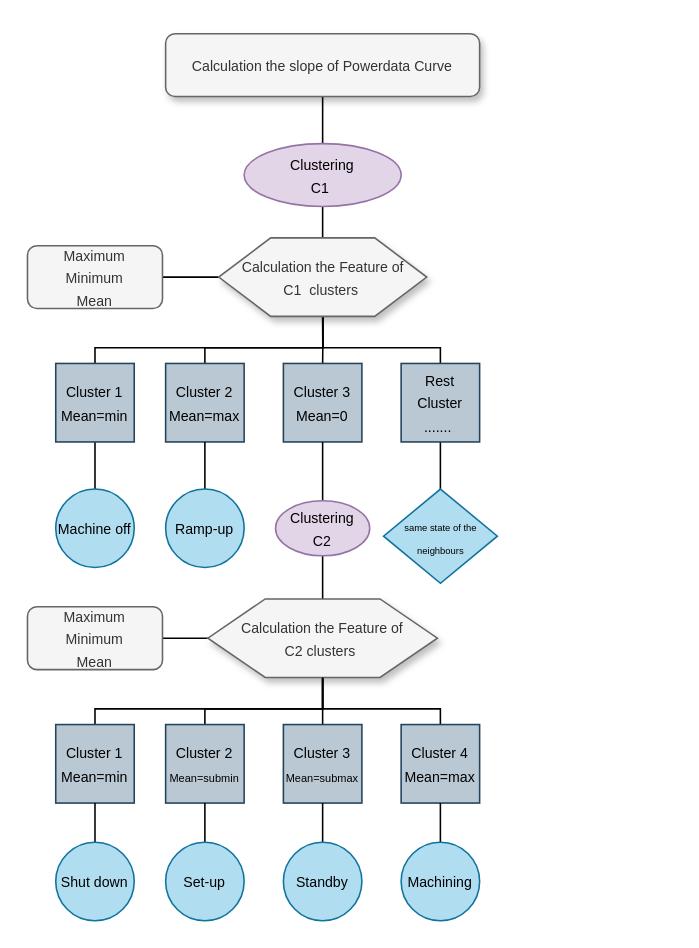
This is method-calender.drawio from nimeng95/monika, a draw.io file, before an edit. Source tidied: cells renumbered, new cells numbered last; positions are measured from the earlier drawing's top-left corner, leaving out a move shared by most shapes. Both pictures are drawn from the tidied source at 157%, with x=0, y=0 at pixel (27, 33).
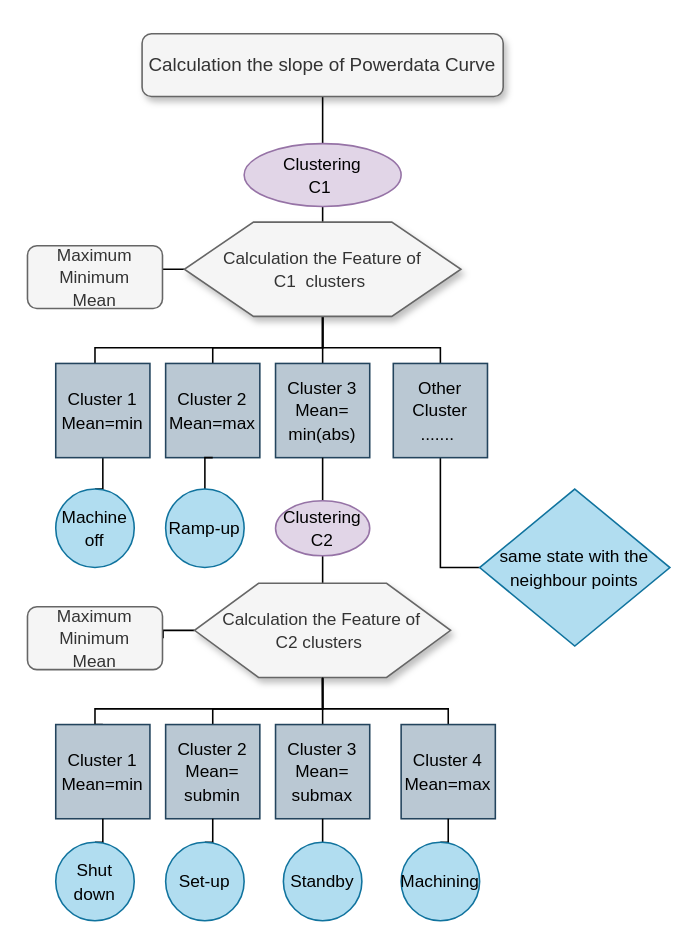
After the change.

The edit, as a diff of the source:
```diff
@@
-    <mxCell id="3" value="&lt;font style=&quot;font-size: 9px&quot;&gt;Calculation the slope of Powerdata Curve&lt;/font&gt;" style="rounded=1;whiteSpace=wrap;html=1;fillColor=#f5f5f5;strokeColor=#666666;fontColor=#333333;shadow=1;" parent="1" vertex="1">
-      <mxGeometry x="88" width="200" height="40" as="geometry" />
+    <mxCell id="3" value="&lt;font style=&quot;font-size: 12px&quot;&gt;Calculation the slope of Powerdata Curve&lt;/font&gt;" style="rounded=1;whiteSpace=wrap;html=1;fillColor=#f5f5f5;strokeColor=#666666;fontColor=#333333;shadow=1;" parent="1" vertex="1">
+      <mxGeometry x="73" width="230" height="40" as="geometry" />
     </mxCell>
@@
-    <mxCell id="5" value="&lt;font style=&quot;font-size: 9px&quot;&gt;Clustering&lt;br&gt;C1&amp;nbsp;&lt;/font&gt;" style="ellipse;whiteSpace=wrap;html=1;fillColor=#e1d5e7;strokeColor=#9673a6;shadow=0;" parent="1" vertex="1">
+    <mxCell id="5" value="&lt;font style=&quot;font-size: 11px&quot;&gt;Clustering&lt;br&gt;C1&amp;nbsp;&lt;/font&gt;" style="ellipse;whiteSpace=wrap;html=1;fillColor=#e1d5e7;strokeColor=#9673a6;shadow=0;" parent="1" vertex="1">
       <mxGeometry x="138" y="70" width="100" height="40" as="geometry" />
     </mxCell>
@@
-    <mxCell id="11" value="&lt;font style=&quot;font-size: 9px&quot;&gt;Calculation the Feature of &lt;br&gt;C1 &amp;nbsp;clusters&amp;nbsp;&lt;/font&gt;" style="shape=hexagon;perimeter=hexagonPerimeter2;whiteSpace=wrap;html=1;fillColor=#f5f5f5;strokeColor=#666666;fontColor=#333333;shadow=1;" parent="1" vertex="1">
-      <mxGeometry x="121.8" y="130" width="132.5" height="50" as="geometry" />
+    <mxCell id="11" value="&lt;font style=&quot;font-size: 11px&quot;&gt;Calculation the Feature of &lt;br&gt;C1 &amp;nbsp;clusters&amp;nbsp;&lt;/font&gt;" style="shape=hexagon;perimeter=hexagonPerimeter2;whiteSpace=wrap;html=1;fillColor=#f5f5f5;strokeColor=#666666;fontColor=#333333;shadow=1;" parent="1" vertex="1">
+      <mxGeometry x="99.9" y="120" width="176.2" height="60" as="geometry" />
     </mxCell>
-    <mxCell id="12" value="&lt;font style=&quot;font-size: 9px&quot;&gt;Maximum&lt;br&gt;Minimum&lt;br&gt;Mean&lt;/font&gt;" style="rounded=1;whiteSpace=wrap;html=1;shadow=0;fillColor=#f5f5f5;strokeColor=#666666;fontColor=#333333;" parent="1" vertex="1">
+    <mxCell id="12" value="&lt;font style=&quot;font-size: 11px&quot;&gt;Maximum&lt;br&gt;Minimum&lt;br&gt;Mean&lt;/font&gt;" style="rounded=1;whiteSpace=wrap;html=1;shadow=0;fillColor=#f5f5f5;strokeColor=#666666;fontColor=#333333;" parent="1" vertex="1">
       <mxGeometry y="135" width="86" height="40" as="geometry" />
     </mxCell>
@@
-    <mxCell id="14" value="&lt;font style=&quot;font-size: 9px&quot;&gt;Cluster 1&lt;br&gt;Mean=min&lt;br&gt;&lt;/font&gt;" style="whiteSpace=wrap;html=1;shadow=0;fillColor=#bac8d3;strokeColor=#23445d;" parent="1" vertex="1">
-      <mxGeometry x="18" y="210" width="50" height="50" as="geometry" />
+    <mxCell id="14" value="&lt;font style=&quot;font-size: 11px&quot;&gt;Cluster 1&lt;br&gt;Mean=min&lt;br&gt;&lt;/font&gt;" style="whiteSpace=wrap;html=1;shadow=0;fillColor=#bac8d3;strokeColor=#23445d;" parent="1" vertex="1">
+      <mxGeometry x="18" y="210" width="60" height="60" as="geometry" />
     </mxCell>
-    <mxCell id="15" value="&lt;font style=&quot;font-size: 9px&quot;&gt;Cluster 3&lt;br&gt;Mean=0&lt;br&gt;&lt;/font&gt;" style="whiteSpace=wrap;html=1;shadow=0;fillColor=#bac8d3;strokeColor=#23445d;" parent="1" vertex="1">
-      <mxGeometry x="163" y="210" width="50" height="50" as="geometry" />
+    <mxCell id="15" value="&lt;font style=&quot;font-size: 11px&quot;&gt;Cluster 3&lt;br&gt;Mean=&lt;br&gt;min(abs)&lt;br&gt;&lt;/font&gt;" style="whiteSpace=wrap;html=1;shadow=0;fillColor=#bac8d3;strokeColor=#23445d;" parent="1" vertex="1">
+      <mxGeometry x="158" y="210" width="60" height="60" as="geometry" />
     </mxCell>
-    <mxCell id="16" value="&lt;font style=&quot;font-size: 9px&quot;&gt;Cluster 2&lt;br&gt;Mean=max&lt;br&gt;&lt;/font&gt;" style="whiteSpace=wrap;html=1;shadow=0;fillColor=#bac8d3;strokeColor=#23445d;" parent="1" vertex="1">
-      <mxGeometry x="88" y="210" width="50" height="50" as="geometry" />
+    <mxCell id="16" value="&lt;font style=&quot;font-size: 11px&quot;&gt;Cluster 2&lt;br&gt;Mean=max&lt;br&gt;&lt;/font&gt;" style="whiteSpace=wrap;html=1;shadow=0;fillColor=#bac8d3;strokeColor=#23445d;" parent="1" vertex="1">
+      <mxGeometry x="88" y="210" width="60" height="60" as="geometry" />
     </mxCell>
-    <mxCell id="17" style="edgeStyle=orthogonalEdgeStyle;rounded=0;jettySize=auto;html=1;endArrow=none;endFill=0;" parent="1" edge="1" source="18">
-      <mxGeometry relative="1" as="geometry">
-        <mxPoint x="263" y="290" as="targetPoint" />
-      </mxGeometry>
+    <mxCell id="17" style="edgeStyle=orthogonalEdgeStyle;rounded=0;jettySize=auto;html=1;endArrow=none;endFill=0;entryX=0;entryY=0.5;entryDx=0;entryDy=0;" parent="1" edge="1" source="18" target="44">
+      <mxGeometry relative="1" as="geometry" />
     </mxCell>
-    <mxCell id="18" value="&lt;font style=&quot;font-size: 9px&quot;&gt;Rest Cluster&lt;br&gt;.......&amp;nbsp;&lt;/font&gt;" style="whiteSpace=wrap;html=1;shadow=0;fillColor=#bac8d3;strokeColor=#23445d;" parent="1" vertex="1">
-      <mxGeometry x="238" y="210" width="50" height="50" as="geometry" />
+    <mxCell id="18" value="&lt;font style=&quot;font-size: 11px&quot;&gt;Other Cluster&lt;br&gt;.......&amp;nbsp;&lt;/font&gt;" style="whiteSpace=wrap;html=1;shadow=0;fillColor=#bac8d3;strokeColor=#23445d;" parent="1" vertex="1">
+      <mxGeometry x="233" y="210" width="60" height="60" as="geometry" />
     </mxCell>
-    <mxCell id="19" value="&lt;font style=&quot;font-size: 9px&quot;&gt;Machine off&lt;/font&gt;" style="ellipse;whiteSpace=wrap;html=1;shadow=0;fillColor=#b1ddf0;strokeColor=#10739e;" parent="1" vertex="1">
+    <mxCell id="19" value="&lt;font style=&quot;font-size: 11px&quot;&gt;Machine off&lt;/font&gt;" style="ellipse;whiteSpace=wrap;html=1;shadow=0;fillColor=#b1ddf0;strokeColor=#10739e;" parent="1" vertex="1">
       <mxGeometry x="18" y="290" width="50" height="50" as="geometry" />
     </mxCell>
@@
-    <mxCell id="21" value="&lt;span style=&quot;font-size: 9px&quot;&gt;Ramp-up&lt;/span&gt;" style="ellipse;whiteSpace=wrap;html=1;shadow=0;fillColor=#b1ddf0;strokeColor=#10739e;" parent="1" vertex="1">
+    <mxCell id="21" value="&lt;font style=&quot;font-size: 11px&quot;&gt;Ramp-up&lt;/font&gt;" style="ellipse;whiteSpace=wrap;html=1;shadow=0;fillColor=#b1ddf0;strokeColor=#10739e;" parent="1" vertex="1">
       <mxGeometry x="88" y="290" width="50" height="50" as="geometry" />
     </mxCell>
@@
-    <mxCell id="24" value="&lt;font style=&quot;font-size: 9px&quot;&gt;Clustering&lt;br&gt;C2&lt;br&gt;&lt;/font&gt;" style="ellipse;whiteSpace=wrap;html=1;fillColor=#e1d5e7;strokeColor=#9673a6;shadow=0;" parent="1" vertex="1">
+    <mxCell id="24" value="&lt;font style=&quot;font-size: 11px&quot;&gt;Clustering&lt;br&gt;C2&lt;br&gt;&lt;/font&gt;" style="ellipse;whiteSpace=wrap;html=1;fillColor=#e1d5e7;strokeColor=#9673a6;shadow=0;" parent="1" vertex="1">
       <mxGeometry x="158" y="297.5" width="60" height="35" as="geometry" />
     </mxCell>
@@
-    <mxCell id="29" value="&lt;font style=&quot;font-size: 9px&quot;&gt;Calculation the Feature of &lt;br&gt;C2 clusters&amp;nbsp;&lt;/font&gt;" style="shape=hexagon;perimeter=hexagonPerimeter2;whiteSpace=wrap;html=1;fillColor=#f5f5f5;strokeColor=#666666;fontColor=#333333;shadow=1;" parent="1" vertex="1">
-      <mxGeometry x="114.9" y="360" width="146.2" height="50" as="geometry" />
+    <mxCell id="29" value="&lt;font style=&quot;font-size: 11px&quot;&gt;Calculation the Feature of &lt;br&gt;C2 clusters&amp;nbsp;&lt;/font&gt;" style="shape=hexagon;perimeter=hexagonPerimeter2;whiteSpace=wrap;html=1;fillColor=#f5f5f5;strokeColor=#666666;fontColor=#333333;shadow=1;" parent="1" vertex="1">
+      <mxGeometry x="106.4" y="350" width="163.1" height="60" as="geometry" />
     </mxCell>
-    <mxCell id="30" value="&lt;font style=&quot;font-size: 9px&quot;&gt;Maximum&lt;br&gt;Minimum&lt;br&gt;Mean&lt;/font&gt;" style="rounded=1;whiteSpace=wrap;html=1;shadow=0;fillColor=#f5f5f5;strokeColor=#666666;fontColor=#333333;" parent="1" vertex="1">
+    <mxCell id="30" value="&lt;font style=&quot;font-size: 11px&quot;&gt;Maximum&lt;br&gt;Minimum&lt;br&gt;Mean&lt;/font&gt;" style="rounded=1;whiteSpace=wrap;html=1;shadow=0;fillColor=#f5f5f5;strokeColor=#666666;fontColor=#333333;" parent="1" vertex="1">
       <mxGeometry y="365" width="86" height="40" as="geometry" />
     </mxCell>
-    <mxCell id="31" value="&lt;font style=&quot;font-size: 9px&quot;&gt;Cluster 1&lt;br&gt;Mean=min&lt;br&gt;&lt;/font&gt;" style="whiteSpace=wrap;html=1;shadow=0;fillColor=#bac8d3;strokeColor=#23445d;" parent="1" vertex="1">
-      <mxGeometry x="18" y="440" width="50" height="50" as="geometry" />
+    <mxCell id="31" value="&lt;font style=&quot;font-size: 11px&quot;&gt;Cluster 1&lt;br&gt;Mean=min&lt;br&gt;&lt;/font&gt;" style="whiteSpace=wrap;html=1;shadow=0;fillColor=#bac8d3;strokeColor=#23445d;" parent="1" vertex="1">
+      <mxGeometry x="18" y="440" width="60" height="60" as="geometry" />
     </mxCell>
-    <mxCell id="32" value="&lt;font&gt;&lt;span style=&quot;font-size: 9px&quot;&gt;Cluster 2&lt;/span&gt;&lt;br&gt;&lt;font style=&quot;font-size: 7px&quot;&gt;Mean=submin&lt;/font&gt;&lt;br&gt;&lt;/font&gt;" style="whiteSpace=wrap;html=1;shadow=0;fillColor=#bac8d3;strokeColor=#23445d;" parent="1" vertex="1">
-      <mxGeometry x="88" y="440" width="50" height="50" as="geometry" />
+    <mxCell id="32" value="&lt;font style=&quot;font-size: 11px&quot;&gt;&lt;span&gt;Cluster 2&lt;/span&gt;&lt;br&gt;&lt;font style=&quot;font-size: 11px&quot;&gt;Mean=&lt;br&gt;submin&lt;/font&gt;&lt;br&gt;&lt;/font&gt;" style="whiteSpace=wrap;html=1;shadow=0;fillColor=#bac8d3;strokeColor=#23445d;" parent="1" vertex="1">
+      <mxGeometry x="88" y="440" width="60" height="60" as="geometry" />
     </mxCell>
@@
-    <mxCell id="34" value="&lt;font style=&quot;font-size: 9px&quot;&gt;Cluster 3&lt;br style=&quot;font-size: 12px&quot;&gt;&lt;font style=&quot;font-size: 7px&quot;&gt;Mean=submax&lt;/font&gt;&lt;br&gt;&lt;/font&gt;" style="whiteSpace=wrap;html=1;shadow=0;fillColor=#bac8d3;strokeColor=#23445d;" parent="1" vertex="1">
-      <mxGeometry x="163" y="440" width="50" height="50" as="geometry" />
+    <mxCell id="34" value="&lt;font style=&quot;font-size: 11px&quot;&gt;Cluster 3&lt;br&gt;&lt;font style=&quot;font-size: 11px&quot;&gt;Mean=&lt;br&gt;submax&lt;/font&gt;&lt;br&gt;&lt;/font&gt;" style="whiteSpace=wrap;html=1;shadow=0;fillColor=#bac8d3;strokeColor=#23445d;" parent="1" vertex="1">
+      <mxGeometry x="158" y="440" width="60" height="60" as="geometry" />
     </mxCell>
-    <mxCell id="35" value="&lt;font style=&quot;font-size: 9px&quot;&gt;Cluster 4&lt;br&gt;Mean=max&lt;br&gt;&lt;/font&gt;" style="whiteSpace=wrap;html=1;shadow=0;fillColor=#bac8d3;strokeColor=#23445d;" parent="1" vertex="1">
-      <mxGeometry x="238" y="440" width="50" height="50" as="geometry" />
+    <mxCell id="35" value="&lt;font style=&quot;font-size: 11px&quot;&gt;Cluster 4&lt;br&gt;Mean=max&lt;br&gt;&lt;/font&gt;" style="whiteSpace=wrap;html=1;shadow=0;fillColor=#bac8d3;strokeColor=#23445d;" parent="1" vertex="1">
+      <mxGeometry x="238" y="440" width="60" height="60" as="geometry" />
     </mxCell>
@@
-    <mxCell id="37" value="&lt;span style=&quot;font-size: 9px&quot;&gt;Shut down&lt;/span&gt;" style="ellipse;whiteSpace=wrap;html=1;shadow=0;fillColor=#b1ddf0;strokeColor=#10739e;" parent="1" vertex="1">
+    <mxCell id="37" value="&lt;font style=&quot;font-size: 11px&quot;&gt;Shut down&lt;/font&gt;" style="ellipse;whiteSpace=wrap;html=1;shadow=0;fillColor=#b1ddf0;strokeColor=#10739e;" parent="1" vertex="1">
       <mxGeometry x="18" y="515" width="50" height="50" as="geometry" />
     </mxCell>
@@
-    <mxCell id="39" value="&lt;span style=&quot;font-size: 9px&quot;&gt;Set-up&lt;/span&gt;" style="ellipse;whiteSpace=wrap;html=1;shadow=0;fillColor=#b1ddf0;strokeColor=#10739e;" parent="1" vertex="1">
+    <mxCell id="39" value="&lt;font style=&quot;font-size: 11px&quot;&gt;Set-up&lt;/font&gt;" style="ellipse;whiteSpace=wrap;html=1;shadow=0;fillColor=#b1ddf0;strokeColor=#10739e;" parent="1" vertex="1">
       <mxGeometry x="88" y="515" width="50" height="50" as="geometry" />
     </mxCell>
@@
-    <mxCell id="41" value="&lt;span style=&quot;font-size: 9px&quot;&gt;Standby&lt;/span&gt;" style="ellipse;whiteSpace=wrap;html=1;shadow=0;fillColor=#b1ddf0;strokeColor=#10739e;" parent="1" vertex="1">
+    <mxCell id="41" value="&lt;font style=&quot;font-size: 11px&quot;&gt;Standby&lt;/font&gt;" style="ellipse;whiteSpace=wrap;html=1;shadow=0;fillColor=#b1ddf0;strokeColor=#10739e;" parent="1" vertex="1">
       <mxGeometry x="163" y="515" width="50" height="50" as="geometry" />
     </mxCell>
@@
-    <mxCell id="43" value="&lt;span style=&quot;font-size: 9px&quot;&gt;Machining&lt;/span&gt;" style="ellipse;whiteSpace=wrap;html=1;shadow=0;fillColor=#b1ddf0;strokeColor=#10739e;" parent="1" vertex="1">
+    <mxCell id="43" value="&lt;font style=&quot;font-size: 11px&quot;&gt;Machining&lt;/font&gt;" style="ellipse;whiteSpace=wrap;html=1;shadow=0;fillColor=#b1ddf0;strokeColor=#10739e;" parent="1" vertex="1">
       <mxGeometry x="238" y="515" width="50" height="50" as="geometry" />
     </mxCell>
-    <mxCell id="44" value="&lt;font style=&quot;font-size: 6px&quot;&gt;same state of the neighbours&lt;/font&gt;" style="rhombus;whiteSpace=wrap;html=1;shadow=0;fillColor=#b1ddf0;strokeColor=#10739e;" parent="1" vertex="1">
-      <mxGeometry x="226.8" y="290" width="72.5" height="60" as="geometry" />
+    <mxCell id="44" value="&lt;font style=&quot;font-size: 11px&quot;&gt;same state with the neighbour points&lt;/font&gt;" style="rhombus;whiteSpace=wrap;html=1;shadow=0;fillColor=#b1ddf0;strokeColor=#10739e;" parent="1" vertex="1">
+      <mxGeometry x="288" y="290" width="121.2" height="100" as="geometry" />
     </mxCell>
```
